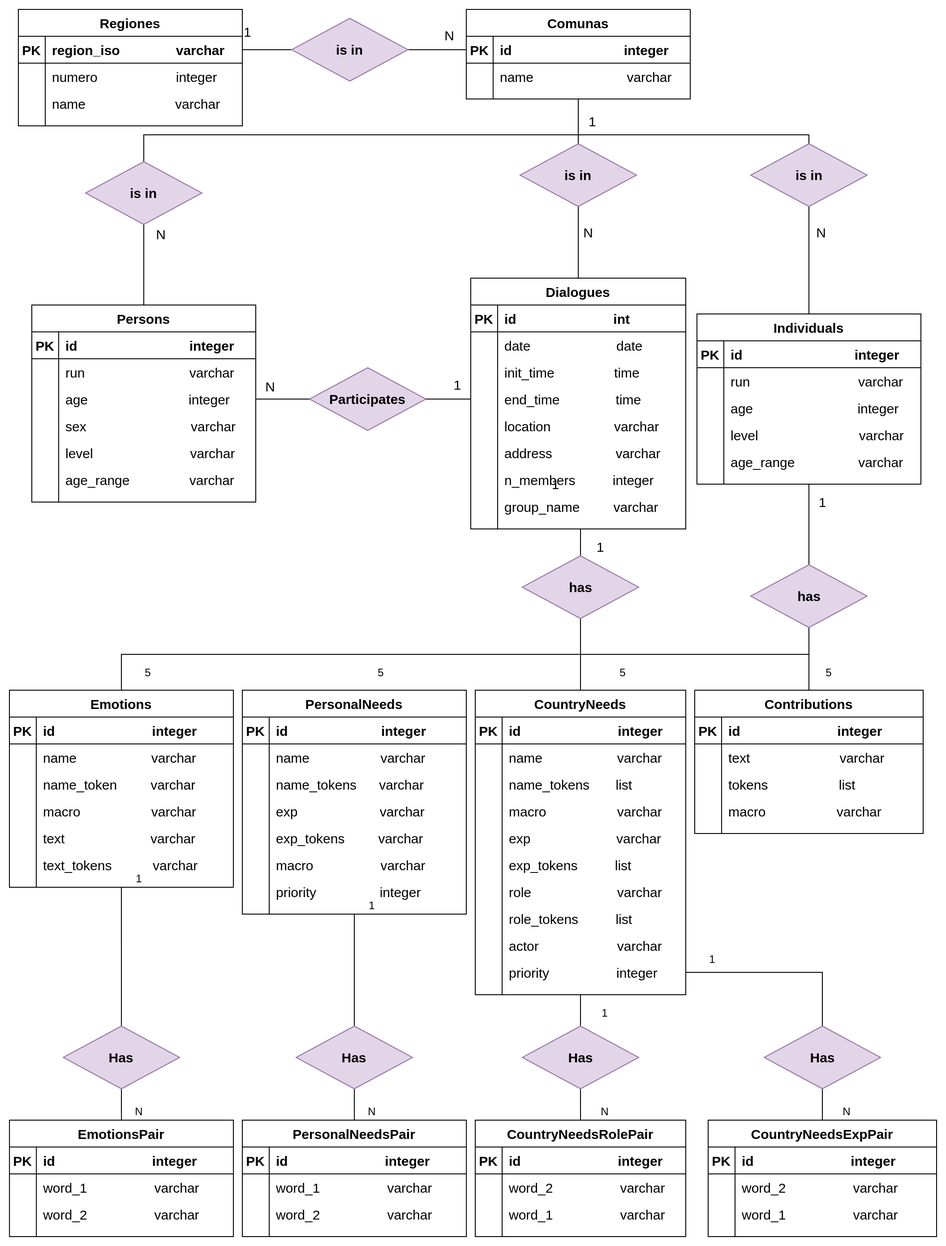
Earlier version of the draw.io export diagrams/MER.png (ECQQ/preprocessing). Source tidied: cells renumbered, new cells last; positions are measured from the earlier drawing's top-left corner, leaving out a move shared by most shapes.
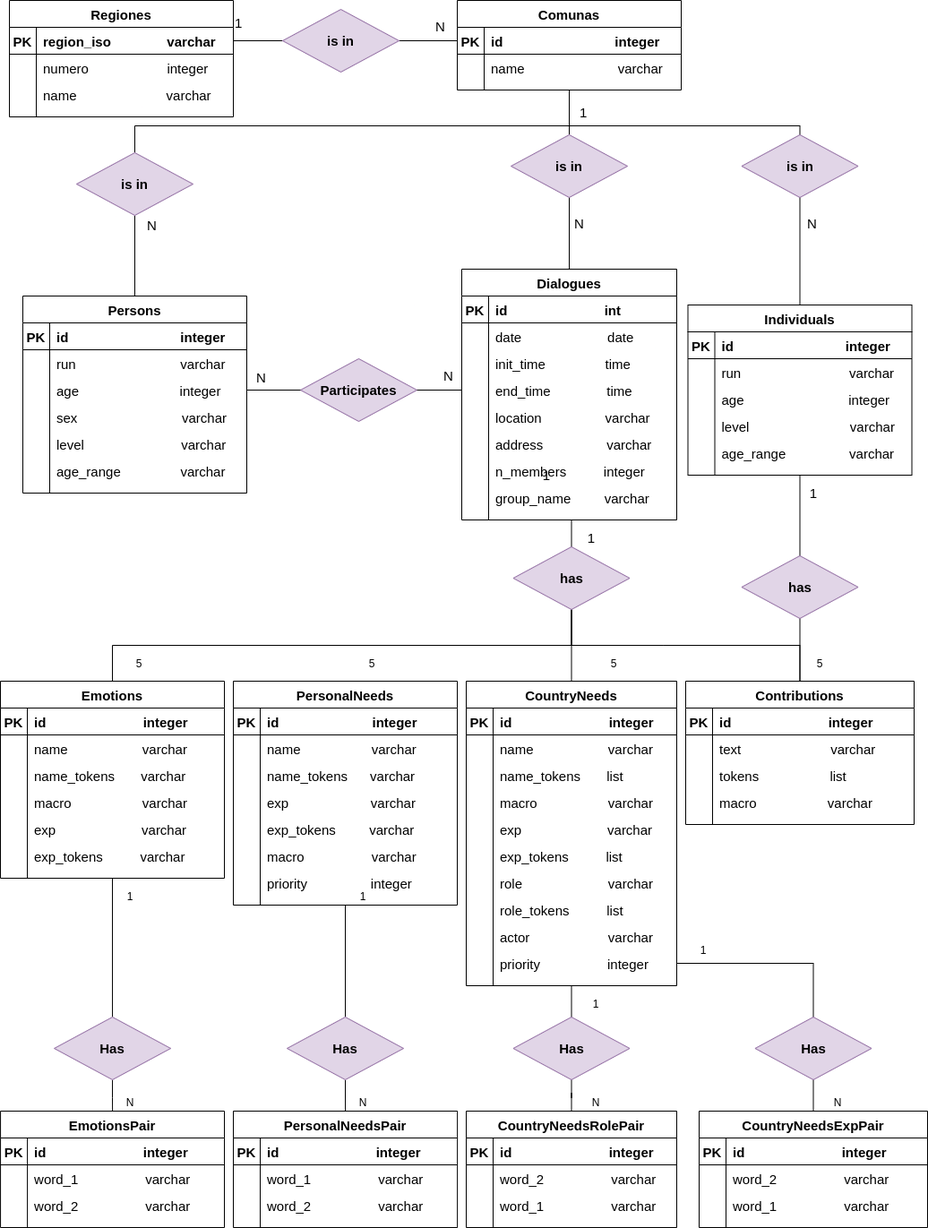
Later version of the same file.

Change to the diagram source:
```diff
@@ -193,7 +193,7 @@
     <mxCell id="64" style="edgeStyle=orthogonalEdgeStyle;rounded=0;jettySize=auto;html=1;exitX=0;exitY=0.5;exitDx=0;exitDy=0;entryX=1;entryY=0.5;entryDx=0;entryDy=0;endArrow=none;endFill=0;fontSize=15;" parent="1" edge="1" source="13" target="61">
       <mxGeometry relative="1" as="geometry" />
     </mxCell>
-    <mxCell id="65" value="1" style="edgeLabel;html=1;align=center;verticalAlign=middle;fontSize=15;" parent="1" vertex="1">
+    <mxCell id="65" value="N" style="edgeLabel;html=1;align=center;verticalAlign=middle;fontSize=15;" parent="1" vertex="1">
       <mxGeometry x="205" y="420" as="geometry">
         <mxPoint x="294" y="-2" as="offset" />
       </mxGeometry>
@@ -247,7 +247,7 @@
     <mxCell id="78" style="shape=partialRectangle;overflow=hidden;fillColor=none;top=0;left=0;bottom=0;right=0;fontSize=15;" parent="77" vertex="1">
       <mxGeometry width="30" height="30" as="geometry" />
     </mxCell>
-    <mxCell id="79" value="name_token         varchar" style="shape=partialRectangle;overflow=hidden;fillColor=none;top=0;left=0;bottom=0;right=0;align=left;spacingLeft=6;fontSize=15;" parent="77" vertex="1">
+    <mxCell id="79" value="name_tokens       varchar" style="shape=partialRectangle;overflow=hidden;fillColor=none;top=0;left=0;bottom=0;right=0;align=left;spacingLeft=6;fontSize=15;" parent="77" vertex="1">
       <mxGeometry x="30" width="220" height="30" as="geometry" />
     </mxCell>
     <mxCell id="80" style="shape=partialRectangle;fillColor=none;top=0;left=0;right=0;bottom=0;fontSize=15;" parent="70" vertex="1">
@@ -265,7 +265,7 @@
     <mxCell id="84" style="shape=partialRectangle;overflow=hidden;fillColor=none;top=0;left=0;bottom=0;right=0;fontSize=15;" parent="83" vertex="1">
       <mxGeometry width="30" height="30" as="geometry" />
     </mxCell>
-    <mxCell id="85" value="text                       varchar" style="shape=partialRectangle;overflow=hidden;fillColor=none;top=0;left=0;bottom=0;right=0;align=left;spacingLeft=6;fontSize=15;" parent="83" vertex="1">
+    <mxCell id="85" value="exp                       varchar" style="shape=partialRectangle;overflow=hidden;fillColor=none;top=0;left=0;bottom=0;right=0;align=left;spacingLeft=6;fontSize=15;" parent="83" vertex="1">
       <mxGeometry x="30" width="220" height="30" as="geometry" />
     </mxCell>
     <mxCell id="86" style="shape=partialRectangle;fillColor=none;top=0;left=0;right=0;bottom=0;fontSize=15;" parent="70" vertex="1">
@@ -274,7 +274,7 @@
     <mxCell id="87" style="shape=partialRectangle;overflow=hidden;fillColor=none;top=0;left=0;bottom=0;right=0;fontSize=15;" parent="86" vertex="1">
       <mxGeometry width="30" height="30" as="geometry" />
     </mxCell>
-    <mxCell id="88" value="text_tokens           varchar" style="shape=partialRectangle;overflow=hidden;fillColor=none;top=0;left=0;bottom=0;right=0;align=left;spacingLeft=6;fontSize=15;" parent="86" vertex="1">
+    <mxCell id="88" value="exp_tokens          varchar" style="shape=partialRectangle;overflow=hidden;fillColor=none;top=0;left=0;bottom=0;right=0;align=left;spacingLeft=6;fontSize=15;" parent="86" vertex="1">
       <mxGeometry x="30" width="220" height="30" as="geometry" />
     </mxCell>
     <mxCell id="89" value="PersonalNeeds" style="shape=table;startSize=30;rowLines=0;fontStyle=1;align=center;fontSize=15;" parent="1" vertex="1">
@@ -662,7 +662,7 @@
       <mxGeometry x="125" y="1220" width="40" height="20" as="geometry" />
     </mxCell>
     <mxCell id="217" value="1" style="text;html=1;strokeColor=none;fillColor=none;align=center;verticalAlign=middle;whiteSpace=wrap;rounded=0;" parent="1" vertex="1">
-      <mxGeometry x="125" y="960" width="40" height="20" as="geometry" />
+      <mxGeometry x="125" y="990" width="40" height="20" as="geometry" />
     </mxCell>
     <mxCell id="218" value="N" style="text;html=1;strokeColor=none;fillColor=none;align=center;verticalAlign=middle;whiteSpace=wrap;rounded=0;" parent="1" vertex="1">
       <mxGeometry x="385" y="1220" width="40" height="20" as="geometry" />
```
